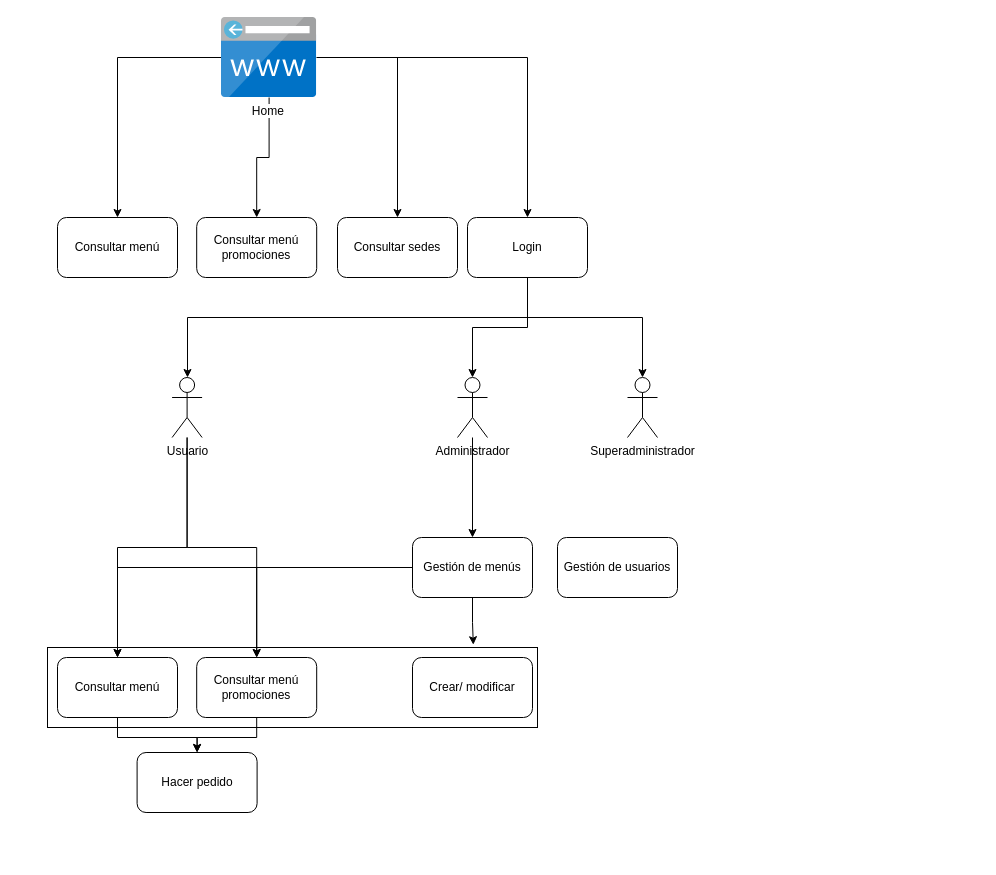
Earlier version of the draw.io diagram Mapa de navegabilidad.drawio (JESP93/Ciclo3). Source tidied: cells renumbered, new cells numbered last; positions are measured from the earlier drawing's top-left corner, leaving out a move shared by most shapes. Both pictures are drawn from the tidied source at 100%, with x=0, y=0 at pixel (47, 17).
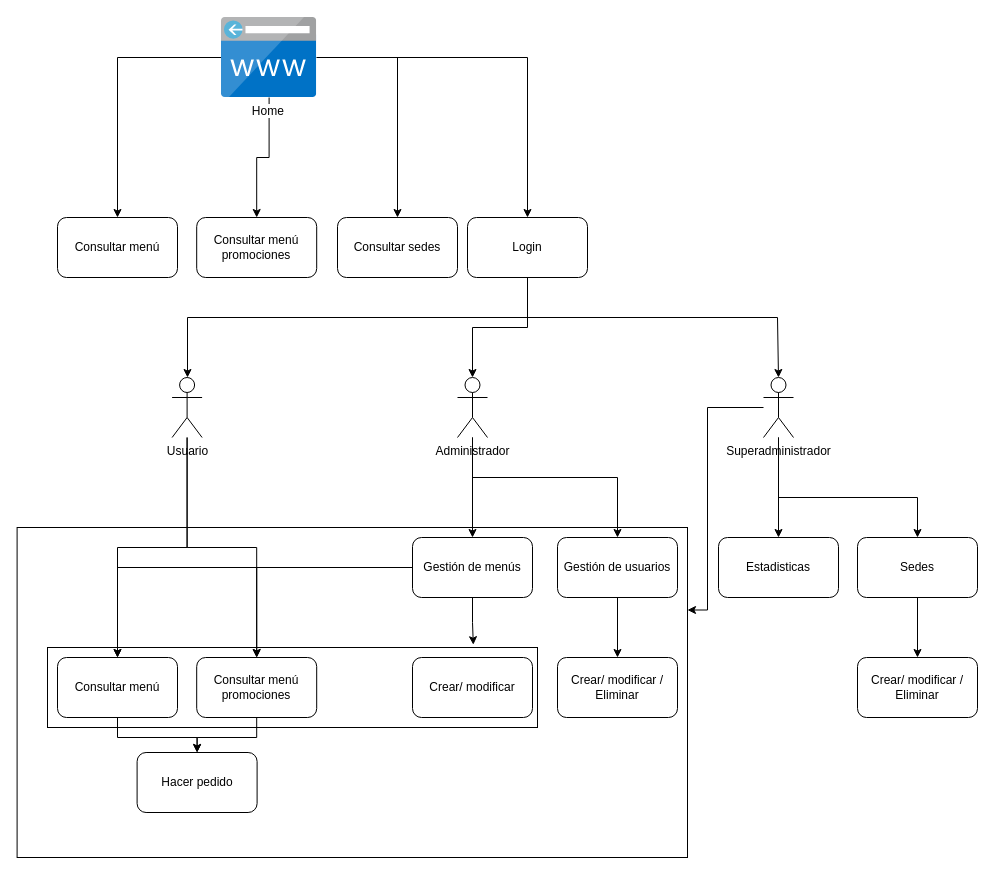
The same diagram, later.

Unchanged cells that the change refers to:
```xml
<mxCell id="13" value="Login" style="rounded=1;whiteSpace=wrap;html=1;" parent="1" vertex="1">
  <mxGeometry x="420" y="200" width="120" height="60" as="geometry" />
</mxCell>
<mxCell id="18" value="Administrador" style="shape=umlActor;verticalLabelPosition=bottom;verticalAlign=top;html=1;outlineConnect=0;" parent="1" vertex="1">
  <mxGeometry x="410" y="360" width="30" height="60" as="geometry" />
</mxCell>
<mxCell id="29" value="Gestión de usuarios" style="rounded=1;whiteSpace=wrap;html=1;" parent="1" vertex="1">
  <mxGeometry x="510" y="520" width="120" height="60" as="geometry" />
</mxCell>
```

Diff of the diagram source:
```diff
@@
     <mxCell id="12" style="edgeStyle=orthogonalEdgeStyle;rounded=0;jettySize=auto;html=1;entryX=0.5;entryY=0;entryDx=0;entryDy=0;entryPerimeter=0;" parent="1" edge="1" source="13" target="19">
       <mxGeometry relative="1" as="geometry">
         <Array as="points">
           <mxPoint x="480" y="300" />
-          <mxPoint x="595" y="300" />
+          <mxPoint x="730" y="300" />
+          <mxPoint x="730" y="360" />
         </Array>
       </mxGeometry>
     </mxCell>
@@
+    <mxCell id="32" style="edgeStyle=orthogonalEdgeStyle;rounded=0;jettySize=auto;html=1;" parent="1" edge="1" source="18" target="29">
+      <mxGeometry relative="1" as="geometry">
+        <Array as="points">
+          <mxPoint x="425" y="460" />
+          <mxPoint x="570" y="460" />
+        </Array>
+      </mxGeometry>
+    </mxCell>
@@
+    <mxCell id="33" style="edgeStyle=orthogonalEdgeStyle;rounded=0;jettySize=auto;html=1;entryX=0.5;entryY=0;entryDx=0;entryDy=0;" parent="1" edge="1" source="19" target="38">
+      <mxGeometry relative="1" as="geometry" />
+    </mxCell>
+    <mxCell id="34" style="edgeStyle=orthogonalEdgeStyle;rounded=0;jettySize=auto;html=1;" parent="1" edge="1" source="19" target="40">
+      <mxGeometry relative="1" as="geometry">
+        <Array as="points">
+          <mxPoint x="731" y="480" />
+          <mxPoint x="870" y="480" />
+        </Array>
+      </mxGeometry>
+    </mxCell>
+    <mxCell id="35" style="edgeStyle=orthogonalEdgeStyle;rounded=0;jettySize=auto;html=1;entryX=1;entryY=0.25;entryDx=0;entryDy=0;" parent="1" edge="1" source="19" target="41">
+      <mxGeometry relative="1" as="geometry">
+        <Array as="points">
+          <mxPoint x="660" y="390" />
+          <mxPoint x="660" y="593" />
+        </Array>
+      </mxGeometry>
+    </mxCell>
     <mxCell id="19" value="Superadministrador" style="shape=umlActor;verticalLabelPosition=bottom;verticalAlign=top;html=1;outlineConnect=0;" parent="1" vertex="1">
-      <mxGeometry x="580" y="360" width="30" height="60" as="geometry" />
+      <mxGeometry x="716" y="360" width="30" height="60" as="geometry" />
     </mxCell>
@@
+    <mxCell id="36" style="edgeStyle=orthogonalEdgeStyle;rounded=0;jettySize=auto;html=1;entryX=0.5;entryY=0;entryDx=0;entryDy=0;" parent="1" edge="1" source="29" target="37">
+      <mxGeometry relative="1" as="geometry" />
+    </mxCell>
@@
+    <mxCell id="37" value="Crear/ modificar / Eliminar" style="rounded=1;whiteSpace=wrap;html=1;" parent="1" vertex="1">
+      <mxGeometry x="510" y="640" width="120" height="60" as="geometry" />
+    </mxCell>
+    <mxCell id="38" value="Estadisticas" style="rounded=1;whiteSpace=wrap;html=1;fillColor=default;" parent="1" vertex="1">
+      <mxGeometry x="671" y="520" width="120" height="60" as="geometry" />
+    </mxCell>
+    <mxCell id="39" style="edgeStyle=orthogonalEdgeStyle;rounded=0;jettySize=auto;html=1;exitX=0.5;exitY=1;exitDx=0;exitDy=0;" parent="1" edge="1" source="40" target="42">
+      <mxGeometry relative="1" as="geometry" />
+    </mxCell>
+    <mxCell id="40" value="Sedes" style="rounded=1;whiteSpace=wrap;html=1;fillColor=default;" parent="1" vertex="1">
+      <mxGeometry x="810" y="520" width="120" height="60" as="geometry" />
+    </mxCell>
+    <mxCell id="41" style="rounded=0;whiteSpace=wrap;html=1;fillColor=none;" parent="1" vertex="1">
+      <mxGeometry x="-30.4" y="510" width="670.4" height="330" as="geometry" />
+    </mxCell>
+    <mxCell id="42" value="Crear/ modificar / Eliminar" style="rounded=1;whiteSpace=wrap;html=1;" parent="1" vertex="1">
+      <mxGeometry x="810" y="640" width="120" height="60" as="geometry" />
+    </mxCell>
```
